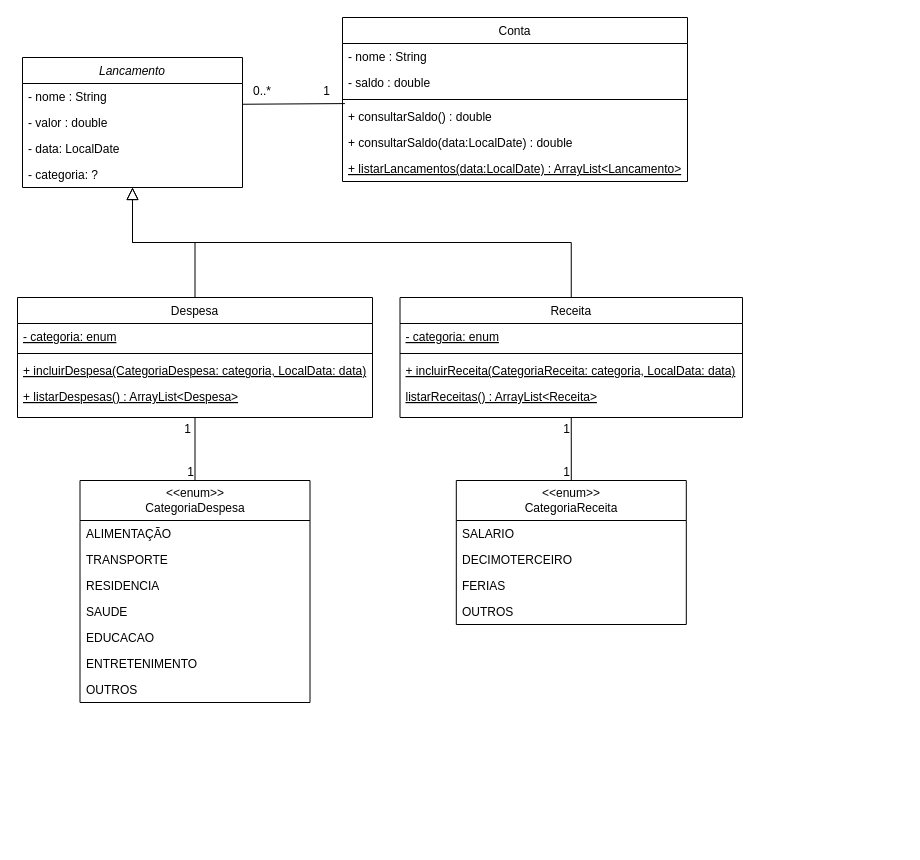
The draw.io diagram DinDin.drawio in iaraoliveira/dindin, before the edit. Source tidied: cells renumbered, new cells numbered last; positions are measured from the earlier drawing's top-left corner, leaving out a move shared by most shapes. Both pictures are drawn from the tidied source at 100%, with x=0, y=0 at pixel (17, 17).
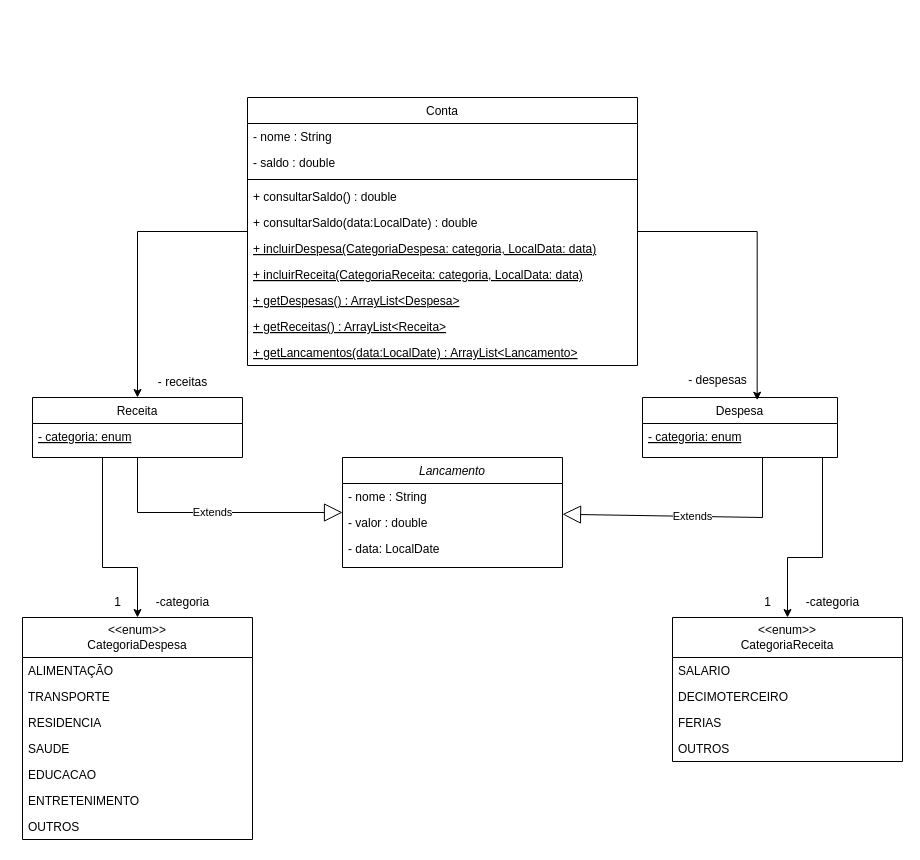
After the change.

Commit message:
:bug: Altera métodos para a classe de origem

The change refers to these unchanged cells:
```xml
<mxCell id="3" value="- nome : String" style="text;align=left;verticalAlign=top;spacingLeft=4;spacingRight=4;overflow=hidden;points=[[0,0.5],[1,0.5]];portConstraint=eastwest;" parent="2" vertex="1">
  <mxGeometry y="26" width="220" height="26" as="geometry" />
</mxCell>
```

Diff of the diagram source:
```diff
@@
     <mxCell id="2" value="Lancamento" style="swimlane;fontStyle=2;align=center;verticalAlign=top;horizontal=1;startSize=26;rounded=0;shadow=0;strokeWidth=1;" parent="1" vertex="1">
-      <mxGeometry x="5" y="40" width="220" height="130" as="geometry" />
+      <mxGeometry x="325" y="440" width="220" height="110" as="geometry" />
     </mxCell>
@@
-    <mxCell id="6" value="- categoria: ?" style="text;align=left;verticalAlign=top;spacingLeft=4;spacingRight=4;overflow=hidden;rounded=0;shadow=0;html=0;" parent="2" vertex="1">
-      <mxGeometry y="104" width="220" height="26" as="geometry" />
-    </mxCell>
+    <mxCell id="48" style="edgeStyle=orthogonalEdgeStyle;rounded=0;jettySize=auto;html=1;entryX=0.5;entryY=0;entryDx=0;entryDy=0;" parent="1" edge="1" source="7" target="26">
+      <mxGeometry relative="1" as="geometry">
+        <Array as="points">
+          <mxPoint x="85" y="550" />
+          <mxPoint x="120" y="550" />
+        </Array>
+      </mxGeometry>
+    </mxCell>
     <mxCell id="7" value="Receita" style="swimlane;fontStyle=0;align=center;verticalAlign=top;horizontal=1;startSize=26;rounded=0;shadow=0;strokeWidth=1;" parent="1" vertex="1">
-      <mxGeometry x="382.5" y="280" width="342.5" height="120" as="geometry" />
+      <mxGeometry x="15" y="380" width="210" height="60" as="geometry" />
     </mxCell>
     <mxCell id="8" value="- categoria: enum" style="text;align=left;verticalAlign=top;spacingLeft=4;spacingRight=4;overflow=hidden;fontStyle=4;" parent="7" vertex="1">
-      <mxGeometry y="26" width="342.5" height="26" as="geometry" />
+      <mxGeometry y="26" width="210" height="26" as="geometry" />
     </mxCell>
-    <mxCell id="9" style="line;html=1;strokeWidth=1;align=left;verticalAlign=middle;spacingTop=-1;spacingLeft=3;spacingRight=3;labelPosition=right;" parent="7" vertex="1">
-      <mxGeometry y="52" width="342.5" height="8" as="geometry" />
-    </mxCell>
-    <mxCell id="10" value="+ incluirReceita(CategoriaReceita: categoria, LocalData: data)" style="text;align=left;verticalAlign=top;spacingLeft=4;spacingRight=4;overflow=hidden;fontStyle=4;" parent="7" vertex="1">
-      <mxGeometry y="60" width="342.5" height="26" as="geometry" />
-    </mxCell>
-    <mxCell id="11" value="listarReceitas() : ArrayList&lt;Receita&gt;" style="text;align=left;verticalAlign=top;spacingLeft=4;spacingRight=4;overflow=hidden;fontStyle=4;" parent="7" vertex="1">
-      <mxGeometry y="86" width="342.5" height="26" as="geometry" />
-    </mxCell>
-    <mxCell id="12" style="endArrow=block;endSize=10;endFill=0;shadow=0;strokeWidth=1;rounded=0;edgeStyle=elbowEdgeStyle;elbow=vertical;" parent="1" edge="1" source="7" target="2">
-      <mxGeometry relative="1" as="geometry" />
-    </mxCell>
+    <mxCell id="49" style="edgeStyle=orthogonalEdgeStyle;rounded=0;jettySize=auto;html=1;" parent="1" edge="1" source="13" target="34">
+      <mxGeometry relative="1" as="geometry">
+        <Array as="points">
+          <mxPoint x="805" y="540" />
+          <mxPoint x="770" y="540" />
+        </Array>
+      </mxGeometry>
+    </mxCell>
     <mxCell id="13" value="Despesa" style="swimlane;fontStyle=0;align=center;verticalAlign=top;horizontal=1;startSize=26;rounded=0;shadow=0;strokeWidth=1;" parent="1" vertex="1">
-      <mxGeometry y="280" width="355" height="120" as="geometry" />
+      <mxGeometry x="625" y="380" width="195" height="60" as="geometry" />
     </mxCell>
     <mxCell id="14" value="- categoria: enum" style="text;align=left;verticalAlign=top;spacingLeft=4;spacingRight=4;overflow=hidden;fontStyle=4;" parent="13" vertex="1">
-      <mxGeometry y="26" width="355" height="26" as="geometry" />
+      <mxGeometry y="26" width="195" height="26" as="geometry" />
     </mxCell>
-    <mxCell id="15" style="line;html=1;strokeWidth=1;align=left;verticalAlign=middle;spacingTop=-1;spacingLeft=3;spacingRight=3;labelPosition=right;" parent="13" vertex="1">
-      <mxGeometry y="52" width="355" height="8" as="geometry" />
-    </mxCell>
-    <mxCell id="16" value="+ incluirDespesa(CategoriaDespesa: categoria, LocalData: data)" style="text;align=left;verticalAlign=top;spacingLeft=4;spacingRight=4;overflow=hidden;fontStyle=4;" parent="13" vertex="1">
-      <mxGeometry y="60" width="355" height="26" as="geometry" />
-    </mxCell>
-    <mxCell id="17" value="+ listarDespesas() : ArrayList&lt;Despesa&gt;" style="text;align=left;verticalAlign=top;spacingLeft=4;spacingRight=4;overflow=hidden;fontStyle=4;" parent="13" vertex="1">
-      <mxGeometry y="86" width="355" height="26" as="geometry" />
-    </mxCell>
-    <mxCell id="18" style="endArrow=block;endSize=10;endFill=0;shadow=0;strokeWidth=1;rounded=0;edgeStyle=elbowEdgeStyle;elbow=vertical;" parent="1" edge="1" source="13" target="2">
-      <mxGeometry relative="1" as="geometry" />
-    </mxCell>
+    <mxCell id="50" style="edgeStyle=orthogonalEdgeStyle;rounded=0;jettySize=auto;html=1;entryX=0.5;entryY=0;entryDx=0;entryDy=0;" parent="1" edge="1" source="19" target="7">
+      <mxGeometry relative="1" as="geometry" />
+    </mxCell>
     <mxCell id="19" value="Conta" style="swimlane;fontStyle=0;align=center;verticalAlign=top;horizontal=1;startSize=26;rounded=0;shadow=0;strokeWidth=1;" parent="1" vertex="1">
-      <mxGeometry x="325" width="345" height="164" as="geometry" />
+      <mxGeometry x="230" y="80" width="390" height="268" as="geometry" />
     </mxCell>
     <mxCell id="20" value="- nome : String" style="text;align=left;verticalAlign=top;spacingLeft=4;spacingRight=4;overflow=hidden;rounded=0;shadow=0;html=0;" parent="19" vertex="1">
-      <mxGeometry y="26" width="345" height="26" as="geometry" />
+      <mxGeometry y="26" width="390" height="26" as="geometry" />
     </mxCell>
     <mxCell id="21" value="- saldo : double" style="text;align=left;verticalAlign=top;spacingLeft=4;spacingRight=4;overflow=hidden;rounded=0;shadow=0;html=0;" parent="19" vertex="1">
-      <mxGeometry y="52" width="345" height="26" as="geometry" />
+      <mxGeometry y="52" width="390" height="26" as="geometry" />
     </mxCell>
     <mxCell id="22" style="line;html=1;strokeWidth=1;align=left;verticalAlign=middle;spacingTop=-1;spacingLeft=3;spacingRight=3;labelPosition=right;" parent="19" vertex="1">
-      <mxGeometry y="78" width="345" height="8" as="geometry" />
+      <mxGeometry y="78" width="390" height="8" as="geometry" />
     </mxCell>
     <mxCell id="23" value="+ consultarSaldo() : double" style="text;align=left;verticalAlign=top;spacingLeft=4;spacingRight=4;overflow=hidden;points=[[0,0.5],[1,0.5]];portConstraint=eastwest;" parent="19" vertex="1">
-      <mxGeometry y="86" width="345" height="26" as="geometry" />
+      <mxGeometry y="86" width="390" height="26" as="geometry" />
     </mxCell>
     <mxCell id="24" value="+ consultarSaldo(data:LocalDate) : double" style="text;align=left;verticalAlign=top;spacingLeft=4;spacingRight=4;overflow=hidden;" parent="19" vertex="1">
-      <mxGeometry y="112" width="345" height="26" as="geometry" />
+      <mxGeometry y="112" width="390" height="26" as="geometry" />
     </mxCell>
+    <mxCell id="16" value="+ incluirDespesa(CategoriaDespesa: categoria, LocalData: data)" style="text;align=left;verticalAlign=top;spacingLeft=4;spacingRight=4;overflow=hidden;fontStyle=4;" parent="19" vertex="1">
+      <mxGeometry y="138" width="390" height="26" as="geometry" />
+    </mxCell>
+    <mxCell id="10" value="+ incluirReceita(CategoriaReceita: categoria, LocalData: data)" style="text;align=left;verticalAlign=top;spacingLeft=4;spacingRight=4;overflow=hidden;fontStyle=4;" parent="19" vertex="1">
+      <mxGeometry y="164" width="390" height="26" as="geometry" />
+    </mxCell>
+    <mxCell id="17" value="+ getDespesas() : ArrayList&lt;Despesa&gt;" style="text;align=left;verticalAlign=top;spacingLeft=4;spacingRight=4;overflow=hidden;fontStyle=4;" parent="19" vertex="1">
+      <mxGeometry y="190" width="390" height="26" as="geometry" />
+    </mxCell>
+    <mxCell id="11" value="+ getReceitas() : ArrayList&lt;Receita&gt;" style="text;align=left;verticalAlign=top;spacingLeft=4;spacingRight=4;overflow=hidden;fontStyle=4;" parent="19" vertex="1">
+      <mxGeometry y="216" width="390" height="26" as="geometry" />
+    </mxCell>
-    <mxCell id="25" value="+ listarLancamentos(data:LocalDate) : ArrayList&lt;Lancamento&gt;" style="text;align=left;verticalAlign=top;spacingLeft=4;spacingRight=4;overflow=hidden;fontStyle=4;" parent="19" vertex="1">
-      <mxGeometry y="138" width="345" height="26" as="geometry" />
+    <mxCell id="25" value="+ getLancamentos(data:LocalDate) : ArrayList&lt;Lancamento&gt;" style="text;align=left;verticalAlign=top;spacingLeft=4;spacingRight=4;overflow=hidden;fontStyle=4;" parent="19" vertex="1">
+      <mxGeometry y="242" width="390" height="26" as="geometry" />
     </mxCell>
     <mxCell id="26" value="&lt;div&gt;&amp;lt;&amp;lt;enum&amp;gt;&amp;gt;&lt;/div&gt;&lt;div&gt;CategoriaDespesa&lt;br&gt;&lt;/div&gt;" style="swimlane;fontStyle=0;horizontal=1;startSize=40;fillColor=none;whiteSpace=wrap;html=1;" parent="1" vertex="1">
-      <mxGeometry x="62.5" y="463" width="230" height="222" as="geometry" />
+      <mxGeometry x="5" y="600" width="230" height="222" as="geometry" />
     </mxCell>
@@
     <mxCell id="34" value="&lt;div&gt;&amp;lt;&amp;lt;enum&amp;gt;&amp;gt;&lt;/div&gt;&lt;div&gt;CategoriaReceita&lt;br&gt;&lt;/div&gt;" style="swimlane;fontStyle=0;horizontal=1;startSize=40;fillColor=none;whiteSpace=wrap;html=1;" parent="1" vertex="1">
-      <mxGeometry x="438.8" y="463" width="230" height="144" as="geometry" />
+      <mxGeometry x="655" y="600" width="230" height="144" as="geometry" />
     </mxCell>
@@
-    <mxCell id="39" style="endArrow=none;html=1;rounded=0;exitX=0.5;exitY=1;exitDx=0;exitDy=0;entryX=0.5;entryY=0;entryDx=0;entryDy=0;" parent="1" edge="1" source="13" target="26">
-      <mxGeometry relative="1" as="geometry" />
-    </mxCell>
-    <mxCell id="40" value="1" style="html=1;whiteSpace=wrap;align=right;verticalAlign=bottom;" parent="39" vertex="1">
-      <mxGeometry x="1" relative="1" as="geometry" />
-    </mxCell>
-    <mxCell id="41" style="endArrow=none;html=1;rounded=0;entryX=0.5;entryY=0;entryDx=0;entryDy=0;exitX=0.5;exitY=1;exitDx=0;exitDy=0;" parent="1" edge="1" source="7" target="34">
-      <mxGeometry relative="1" as="geometry" />
-    </mxCell>
-    <mxCell id="42" value="1" style="html=1;whiteSpace=wrap;align=right;verticalAlign=bottom;" parent="41" vertex="1">
-      <mxGeometry x="1" relative="1" as="geometry" />
-    </mxCell>
-    <mxCell id="43" value="1" style="html=1;whiteSpace=wrap;align=right;verticalAlign=bottom;" parent="1" vertex="1">
-      <mxGeometry x="175" y="420" as="geometry" />
-    </mxCell>
-    <mxCell id="44" value="1" style="html=1;whiteSpace=wrap;align=right;verticalAlign=bottom;" parent="1" vertex="1">
-      <mxGeometry x="553.8" y="420" as="geometry" />
-    </mxCell>
-    <mxCell id="45" style="endArrow=none;html=1;rounded=0;entryX=0.007;entryY=0.003;entryDx=0;entryDy=0;exitX=1.002;exitY=0.798;exitDx=0;exitDy=0;entryPerimeter=0;exitPerimeter=0;" parent="1" edge="1" source="3" target="23">
-      <mxGeometry relative="1" as="geometry" />
-    </mxCell>
-    <mxCell id="46" value="1" style="html=1;whiteSpace=wrap;align=right;verticalAlign=bottom;" parent="45" vertex="1">
-      <mxGeometry x="1" relative="1" as="geometry">
-        <mxPoint x="-13" y="-4" as="offset" />
-      </mxGeometry>
-    </mxCell>
-    <mxCell id="47" value="0..*" style="html=1;whiteSpace=wrap;align=right;verticalAlign=bottom;" parent="1" vertex="1">
-      <mxGeometry x="255" y="82" as="geometry" />
-    </mxCell>
+    <mxCell id="51" style="edgeStyle=orthogonalEdgeStyle;rounded=0;jettySize=auto;html=1;entryX=0.588;entryY=0.045;entryDx=0;entryDy=0;entryPerimeter=0;" parent="1" edge="1" source="19" target="13">
+      <mxGeometry relative="1" as="geometry" />
+    </mxCell>
+    <mxCell id="12" value="Extends" style="endArrow=block;endSize=16;endFill=0;html=1;rounded=0;" parent="1" edge="1" source="7" target="2">
+      <mxGeometry relative="1" as="geometry">
+        <Array as="points">
+          <mxPoint x="120" y="495" />
+        </Array>
+      </mxGeometry>
+    </mxCell>
+    <mxCell id="52" value="Extends" style="endArrow=block;endSize=16;endFill=0;html=1;rounded=0;" parent="1" edge="1" target="2">
+      <mxGeometry relative="1" as="geometry">
+        <mxPoint x="745" y="440" as="sourcePoint" />
+        <Array as="points">
+          <mxPoint x="745" y="500" />
+        </Array>
+      </mxGeometry>
+    </mxCell>
+    <mxCell id="53" value="1" style="text;html=1;align=center;verticalAlign=middle;strokeColor=none;fillColor=none;" parent="1" vertex="1">
+      <mxGeometry x="735" y="570" width="30" height="30" as="geometry" />
+    </mxCell>
+    <mxCell id="54" value="-categoria" style="text;html=1;align=center;verticalAlign=middle;strokeColor=none;fillColor=none;" parent="1" vertex="1">
+      <mxGeometry x="775" y="570" width="80" height="30" as="geometry" />
+    </mxCell>
+    <mxCell id="55" value="-categoria" style="text;html=1;align=center;verticalAlign=middle;strokeColor=none;fillColor=none;" parent="1" vertex="1">
+      <mxGeometry x="125" y="570" width="80" height="30" as="geometry" />
+    </mxCell>
+    <mxCell id="56" value="1" style="text;html=1;align=center;verticalAlign=middle;strokeColor=none;fillColor=none;" parent="1" vertex="1">
+      <mxGeometry x="85" y="570" width="30" height="30" as="geometry" />
+    </mxCell>
+    <mxCell id="57" value="- receitas" style="text;html=1;align=center;verticalAlign=middle;strokeColor=none;fillColor=none;" parent="1" vertex="1">
+      <mxGeometry x="130" y="350" width="70" height="30" as="geometry" />
+    </mxCell>
+    <mxCell id="58" value="- despesas" style="text;html=1;align=center;verticalAlign=middle;strokeColor=none;fillColor=none;" parent="1" vertex="1">
+      <mxGeometry x="655" y="348" width="90" height="30" as="geometry" />
+    </mxCell>
```
